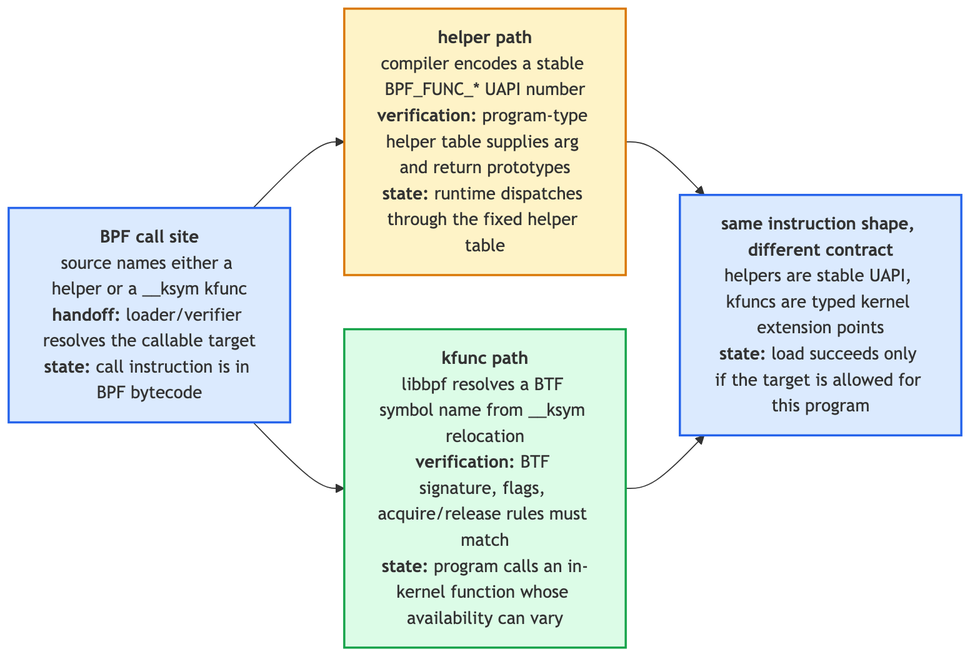
Before: ebpf/src/diagrams/day07_helper_vs_kfunc.png, a diagram exported from Mermaid (biefy/books). Its source is kept beside it as ebpf/src/diagrams/src/day07_helper_vs_kfunc.mmd.
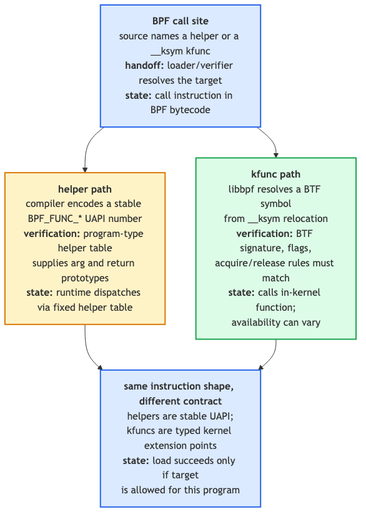
After the commit.

The edit, as a diff of the source:
```diff
@@ -1,11 +1,11 @@
-flowchart LR
-    Call["<b>BPF call site</b><br/>source names either a helper or a __ksym kfunc<br/><b>handoff:</b> loader/verifier resolves the callable target<br/><b>state:</b> call instruction is in BPF bytecode"]
+flowchart TD
+    Call["<b>BPF call site</b><br/>source names a helper or a __ksym kfunc<br/><b>handoff:</b> loader/verifier resolves the target<br/><b>state:</b> call instruction in BPF bytecode"]
 
-    Helper["<b>helper path</b><br/>compiler encodes a stable BPF_FUNC_* UAPI number<br/><b>verification:</b> program-type helper table supplies arg and return prototypes<br/><b>state:</b> runtime dispatches through the fixed helper table"]
+    Helper["<b>helper path</b><br/>compiler encodes a stable BPF_FUNC_* UAPI number<br/><b>verification:</b> program-type helper table<br/>supplies arg and return prototypes<br/><b>state:</b> runtime dispatches via fixed helper table"]
 
-    Kfunc["<b>kfunc path</b><br/>libbpf resolves a BTF symbol name from __ksym relocation<br/><b>verification:</b> BTF signature, flags, acquire/release rules must match<br/><b>state:</b> program calls an in-kernel function whose availability can vary"]
+    Kfunc["<b>kfunc path</b><br/>libbpf resolves a BTF symbol<br/>from __ksym relocation<br/><b>verification:</b> BTF signature, flags,<br/>acquire/release rules must match<br/><b>state:</b> calls in-kernel function;<br/>availability can vary"]
 
-    Result["<b>same instruction shape, different contract</b><br/>helpers are stable UAPI, kfuncs are typed kernel extension points<br/><b>state:</b> load succeeds only if the target is allowed for this program"]
+    Result["<b>same instruction shape, different contract</b><br/>helpers are stable UAPI;<br/>kfuncs are typed kernel extension points<br/><b>state:</b> load succeeds only if target<br/>is allowed for this program"]
 
     Call --> Helper --> Result
     Call --> Kfunc --> Result
```
